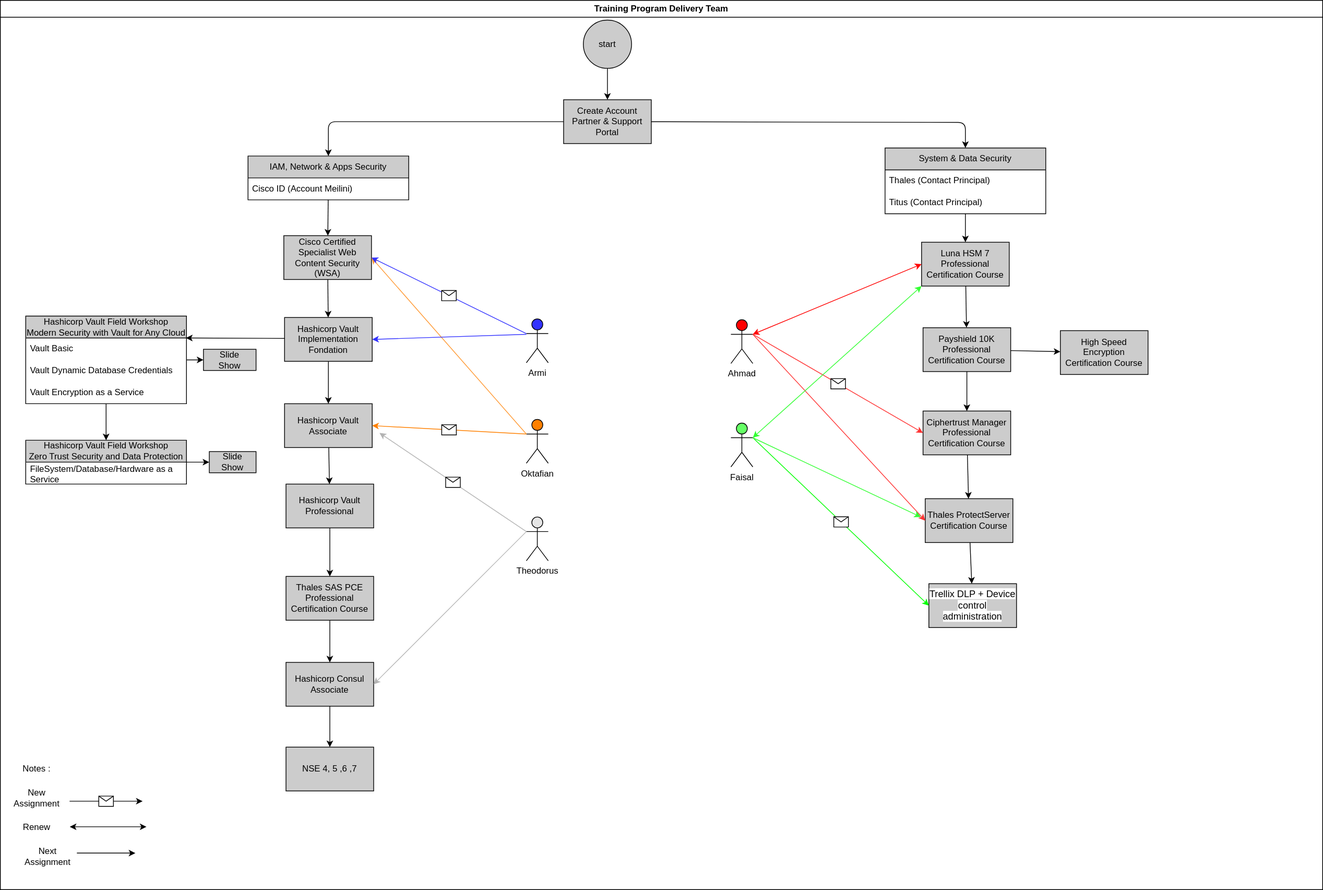
Above: Reference/Training_Program_Delivery_Team.drawio.svg in pujiriawan/Publish_Progress_Training (draw.io), before the change. Source tidied: cells renumbered, new cells last; positions are measured from the earlier drawing's top-left corner, leaving out a move shared by most shapes.
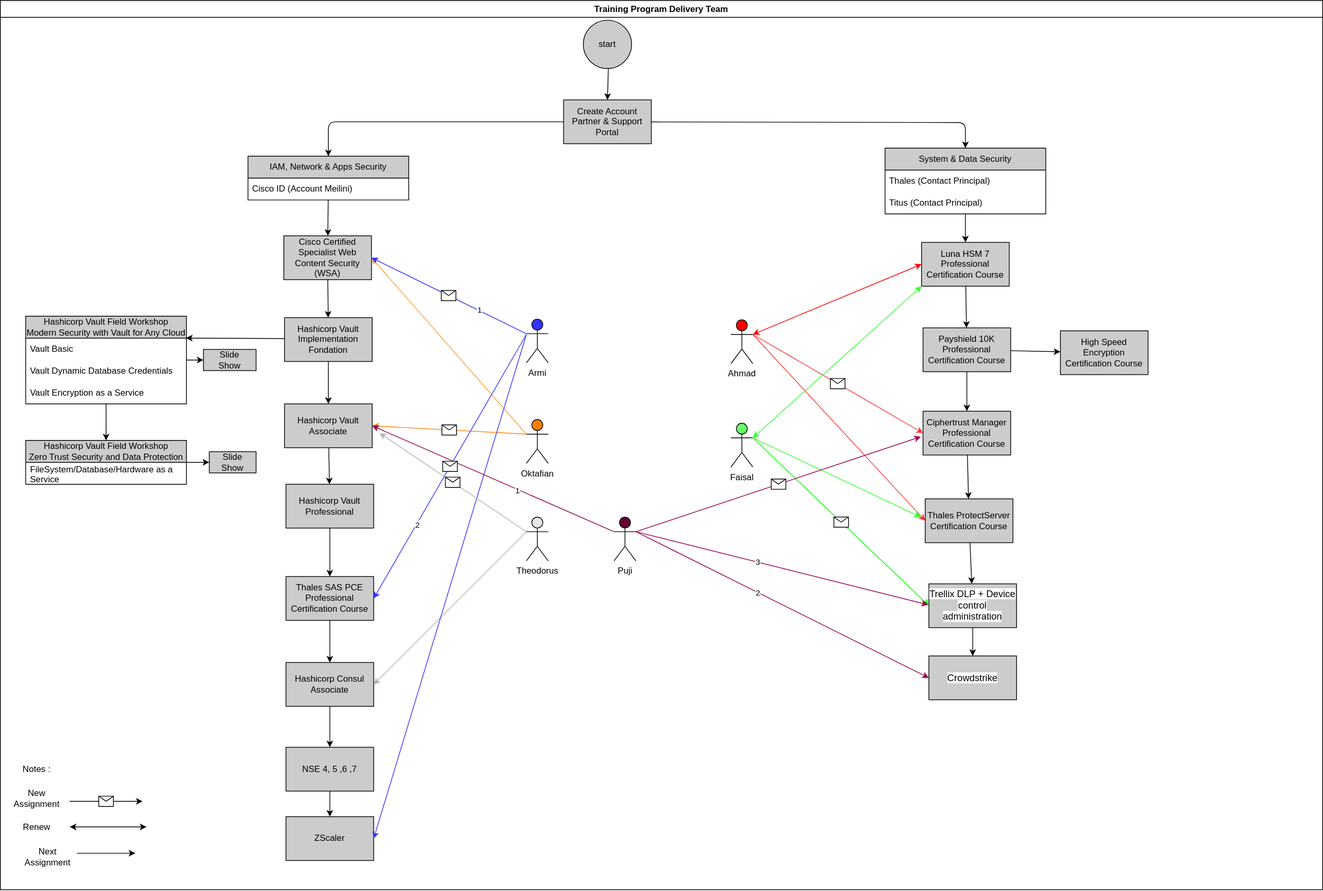
After the commit.

Commit message:
update PoC follow by team

The edit, as a diff of the source:
```diff
@@ -60,6 +60,9 @@
     <mxCell id="17" value="Hashicorp Vault Implementation Fondation" style="whiteSpace=wrap;html=1;fillColor=#CCCCCC;" parent="2" vertex="1">
       <mxGeometry x="389" y="434" width="120" height="60" as="geometry" />
     </mxCell>
+    <mxCell id="81" style="edgeStyle=none;html=1;strokeColor=#000000;" parent="2" edge="1" source="18" target="84">
+      <mxGeometry relative="1" as="geometry" />
+    </mxCell>
     <mxCell id="18" value="&lt;span style=&quot;font-family: Arial, Helvetica, sans-serif; font-size: small; text-align: start; background-color: rgb(255, 255, 255);&quot;&gt;Trellix DLP + Device control administration&lt;/span&gt;" style="whiteSpace=wrap;html=1;fillColor=#CCCCCC;" parent="2" vertex="1">
       <mxGeometry x="1271" y="798.3" width="120" height="60" as="geometry" />
     </mxCell>
@@ -238,12 +241,39 @@
         <mxPoint x="-10" y="-7" as="offset" />
       </mxGeometry>
     </mxCell>
+    <mxCell id="82" value="1" style="edgeLabel;html=1;align=center;verticalAlign=middle;" parent="69" vertex="1">
+      <mxGeometry x="-0.39" y="-1" relative="1" as="geometry" />
+    </mxCell>
+    <mxCell id="83" style="edgeStyle=none;html=1;strokeColor=#000000;" parent="2" edge="1" source="71" target="85">
+      <mxGeometry relative="1" as="geometry" />
+    </mxCell>
     <mxCell id="71" value="NSE 4, 5 ,6 ,7" style="whiteSpace=wrap;html=1;fillColor=#CCCCCC;" parent="2" vertex="1">
       <mxGeometry x="391" y="1022" width="120" height="60" as="geometry" />
     </mxCell>
     <mxCell id="72" style="endArrow=classic;html=1;entryX=1;entryY=0.5;entryDx=0;entryDy=0;exitX=0;exitY=0.3333333333333333;exitDx=0;exitDy=0;exitPerimeter=0;strokeColor=#B3B3B3;" parent="2" edge="1" source="58" target="38">
       <mxGeometry relative="1" as="geometry" />
     </mxCell>
+    <mxCell id="84" value="&lt;span style=&quot;font-family: Arial, Helvetica, sans-serif; font-size: small; text-align: start; background-color: rgb(255, 255, 255);&quot;&gt;Crowdstrike&lt;/span&gt;" style="whiteSpace=wrap;html=1;fillColor=#CCCCCC;" parent="2" vertex="1">
+      <mxGeometry x="1271" y="897" width="120" height="60" as="geometry" />
+    </mxCell>
+    <mxCell id="85" value="ZScaler" style="whiteSpace=wrap;html=1;fillColor=#CCCCCC;" parent="2" vertex="1">
+      <mxGeometry x="391" y="1117" width="120" height="60" as="geometry" />
+    </mxCell>
+    <mxCell id="86" value="Puji" style="shape=umlActor;verticalLabelPosition=bottom;verticalAlign=top;html=1;outlineConnect=0;fillColor=#660033;" parent="2" vertex="1">
+      <mxGeometry x="840" y="707" width="30" height="60" as="geometry" />
+    </mxCell>
+    <mxCell id="87" style="endArrow=classic;html=1;exitX=1;exitY=0.3333333333333333;exitDx=0;exitDy=0;exitPerimeter=0;strokeColor=#99004D;entryX=0;entryY=0.5;entryDx=0;entryDy=0;" parent="2" edge="1" source="86" target="84">
+      <mxGeometry relative="1" as="geometry" />
+    </mxCell>
+    <mxCell id="88" value="2" style="edgeLabel;html=1;align=center;verticalAlign=middle;" parent="87" vertex="1">
+      <mxGeometry x="-0.17" relative="1" as="geometry" />
+    </mxCell>
+    <mxCell id="89" style="endArrow=classic;html=1;exitX=0;exitY=0.3333333333333333;exitDx=0;exitDy=0;exitPerimeter=0;strokeColor=#99004D;entryX=1;entryY=0.5;entryDx=0;entryDy=0;" parent="2" edge="1" source="86" target="34">
+      <mxGeometry relative="1" as="geometry" />
+    </mxCell>
+    <mxCell id="90" value="1" style="edgeLabel;html=1;align=center;verticalAlign=middle;" parent="89" vertex="1">
+      <mxGeometry x="-0.2" y="1" relative="1" as="geometry" />
+    </mxCell>
     <mxCell id="73" value="Slide &lt;br&gt;Show" style="whiteSpace=wrap;html=1;fillColor=#CCCCCC;" parent="1" vertex="1">
       <mxGeometry x="278" y="477.5" width="72" height="29" as="geometry" />
     </mxCell>
@@ -261,7 +291,7 @@
         <mxPoint x="1260" y="707" as="targetPoint" />
       </mxGeometry>
     </mxCell>
-    <mxCell id="78" style="endArrow=classic;html=1;entryX=1;entryY=0.5;entryDx=0;entryDy=0;strokeColor=#3333FF;" parent="1" edge="1" target="17">
+    <mxCell id="78" style="endArrow=classic;html=1;entryX=1;entryY=0.5;entryDx=0;entryDy=0;strokeColor=#3333FF;" parent="1" edge="1" target="85">
       <mxGeometry relative="1" as="geometry">
         <mxPoint x="720" y="457" as="sourcePoint" />
       </mxGeometry>
@@ -276,5 +306,37 @@
         <mxPoint x="-10" y="-7" as="offset" />
       </mxGeometry>
     </mxCell>
+    <mxCell id="91" style="endArrow=classic;html=1;exitX=1;exitY=0.3333333333333333;exitDx=0;exitDy=0;exitPerimeter=0;strokeColor=#99004D;fillColor=#99004D;" parent="1" edge="1" source="86">
+      <mxGeometry relative="1" as="geometry">
+        <mxPoint x="1260" y="597" as="targetPoint" />
+      </mxGeometry>
+    </mxCell>
+    <mxCell id="92" style="shape=message;html=1;" parent="91" vertex="1">
+      <mxGeometry width="20" height="14" relative="1" as="geometry">
+        <mxPoint x="-10" y="-7" as="offset" />
+      </mxGeometry>
+    </mxCell>
+    <mxCell id="93" style="endArrow=classic;html=1;strokeColor=#99004D;" parent="1" edge="1">
+      <mxGeometry relative="1" as="geometry">
+        <mxPoint x="870" y="727" as="sourcePoint" />
+        <mxPoint x="1270" y="827" as="targetPoint" />
+      </mxGeometry>
+    </mxCell>
+    <mxCell id="94" value="3" style="edgeLabel;html=1;align=center;verticalAlign=middle;" parent="93" vertex="1">
+      <mxGeometry x="-0.17" relative="1" as="geometry" />
+    </mxCell>
+    <mxCell id="95" style="endArrow=classic;html=1;entryX=1;entryY=0.5;entryDx=0;entryDy=0;strokeColor=#3333FF;" parent="1" edge="1" target="32">
+      <mxGeometry relative="1" as="geometry">
+        <mxPoint x="720" y="457" as="sourcePoint" />
+      </mxGeometry>
+    </mxCell>
+    <mxCell id="96" style="shape=message;html=1;" parent="95" vertex="1">
+      <mxGeometry width="20" height="14" relative="1" as="geometry">
+        <mxPoint x="-10" y="-7" as="offset" />
+      </mxGeometry>
+    </mxCell>
+    <mxCell id="97" value="2" style="edgeLabel;html=1;align=center;verticalAlign=middle;" parent="95" vertex="1">
+      <mxGeometry x="0.44" y="1" relative="1" as="geometry" />
+    </mxCell>
   </root>
 </mxGraphModel>
```
